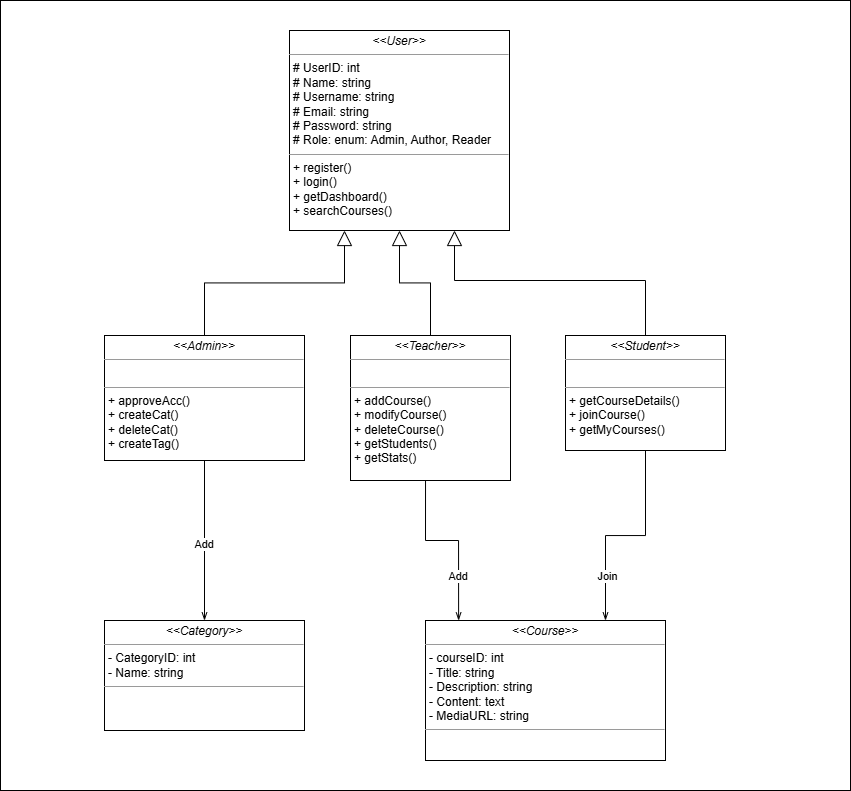
Earlier version of the draw.io export diagrams/Class.png (theshamkhi/Udemy). Source tidied: cells renumbered, new cells last; positions are measured from the earlier drawing's top-left corner, leaving out a move shared by most shapes.
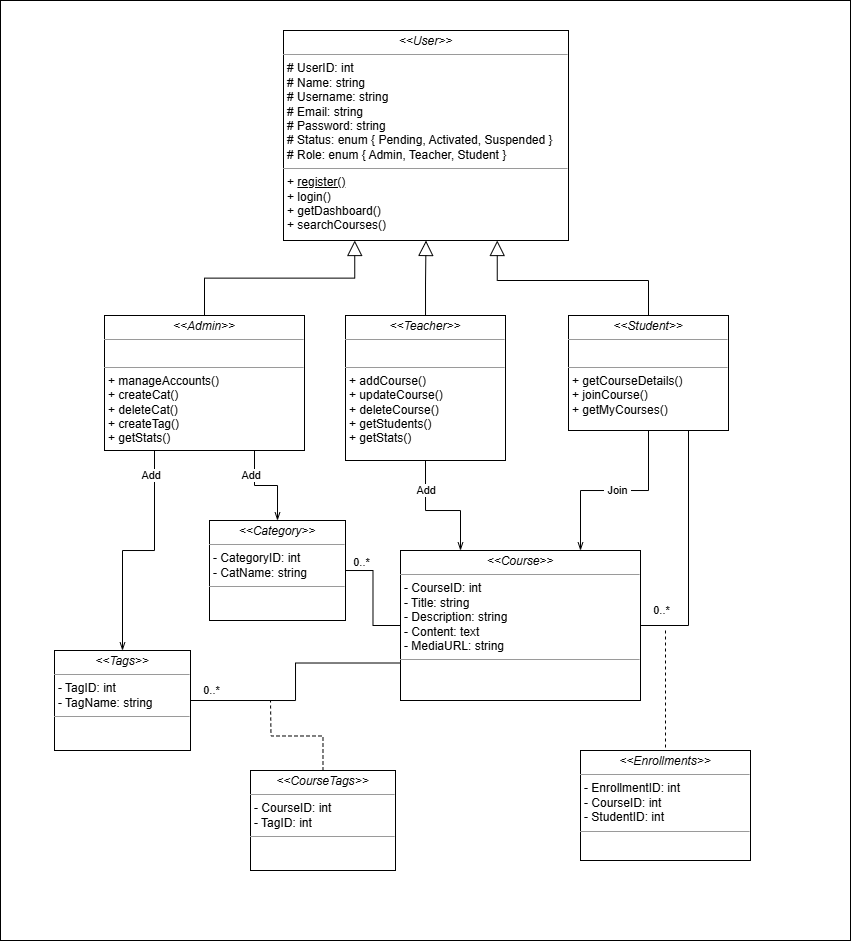
The same diagram one commit later.

Commit message:
Updated Class Diagram

Diff of the diagram source:
```diff
@@ -2,46 +2,62 @@
   <root>
     <mxCell id="0" />
     <mxCell id="1" parent="0" />
-    <mxCell id="2" value="&amp;amp;" style="rounded=0;whiteSpace=wrap;html=1;" parent="1" vertex="1">
-      <mxGeometry width="850" height="790" as="geometry" />
+    <mxCell id="2" style="rounded=0;whiteSpace=wrap;html=1;" parent="1" vertex="1">
+      <mxGeometry width="850" height="940" as="geometry" />
     </mxCell>
-    <mxCell id="3" style="edgeStyle=orthogonalEdgeStyle;rounded=0;jettySize=auto;html=1;endArrow=openThin;endFill=0;" parent="1" edge="1" source="5" target="10">
+    <mxCell id="3" style="edgeStyle=orthogonalEdgeStyle;rounded=0;jettySize=auto;html=1;exitX=0.75;exitY=1;exitDx=0;exitDy=0;entryX=0.5;entryY=0;entryDx=0;entryDy=0;endArrow=openThin;endFill=0;" parent="1" edge="1" source="5" target="10">
       <mxGeometry relative="1" as="geometry" />
     </mxCell>
-    <mxCell id="4" value="&amp;nbsp;Add&amp;nbsp;" style="edgeLabel;html=1;align=center;verticalAlign=middle;" parent="3" vertex="1">
-      <mxGeometry x="0.04" y="-1" relative="1" as="geometry" />
-    </mxCell>
+    <mxCell id="18" style="edgeStyle=orthogonalEdgeStyle;rounded=0;jettySize=auto;html=1;exitX=0.25;exitY=1;exitDx=0;exitDy=0;endArrow=openThin;endFill=0;" parent="1" edge="1" source="5" target="25">
+      <mxGeometry relative="1" as="geometry" />
+    </mxCell>
-    <mxCell id="5" value="&lt;p style=&quot;margin:0px;margin-top:4px;text-align:center;&quot;&gt;&lt;i&gt;&amp;lt;&amp;lt;Admin&amp;gt;&amp;gt;&lt;/i&gt;&lt;br&gt;&lt;/p&gt;&lt;hr size=&quot;1&quot;&gt;&lt;p style=&quot;margin: 0px 0px 0px 4px;&quot;&gt;&lt;br&gt;&lt;/p&gt;&lt;hr size=&quot;1&quot;&gt;&lt;p style=&quot;margin:0px;margin-left:4px;&quot;&gt;&lt;span style=&quot;background-color: transparent; color: light-dark(rgb(0, 0, 0), rgb(255, 255, 255));&quot;&gt;+ approveAcc()&lt;/span&gt;&lt;/p&gt;&lt;p style=&quot;margin:0px;margin-left:4px;&quot;&gt;&lt;span style=&quot;background-color: transparent; color: light-dark(rgb(0, 0, 0), rgb(255, 255, 255));&quot;&gt;+ createCat()&lt;/span&gt;&lt;/p&gt;&lt;p style=&quot;margin:0px;margin-left:4px;&quot;&gt;+ deleteCat()&lt;/p&gt;&lt;p style=&quot;margin:0px;margin-left:4px;&quot;&gt;+ createTag()&lt;/p&gt;" style="verticalAlign=top;align=left;overflow=fill;fontSize=12;fontFamily=Helvetica;html=1;rounded=0;shadow=0;comic=0;labelBackgroundColor=none;strokeWidth=1;" parent="1" vertex="1">
-      <mxGeometry x="104" y="335" width="200" height="125" as="geometry" />
+    <mxCell id="5" value="&lt;p style=&quot;margin:0px;margin-top:4px;text-align:center;&quot;&gt;&lt;i&gt;&amp;lt;&amp;lt;Admin&amp;gt;&amp;gt;&lt;/i&gt;&lt;br&gt;&lt;/p&gt;&lt;hr size=&quot;1&quot;&gt;&lt;p style=&quot;margin: 0px 0px 0px 4px;&quot;&gt;&lt;br&gt;&lt;/p&gt;&lt;hr size=&quot;1&quot;&gt;&lt;p style=&quot;margin:0px;margin-left:4px;&quot;&gt;&lt;span style=&quot;background-color: transparent; color: light-dark(rgb(0, 0, 0), rgb(255, 255, 255));&quot;&gt;+ manageAccounts()&lt;/span&gt;&lt;/p&gt;&lt;p style=&quot;margin:0px;margin-left:4px;&quot;&gt;&lt;span style=&quot;background-color: transparent; color: light-dark(rgb(0, 0, 0), rgb(255, 255, 255));&quot;&gt;+ createCat()&lt;/span&gt;&lt;/p&gt;&lt;p style=&quot;margin:0px;margin-left:4px;&quot;&gt;+ deleteCat()&lt;/p&gt;&lt;p style=&quot;margin:0px;margin-left:4px;&quot;&gt;+ createTag()&lt;/p&gt;&lt;p style=&quot;margin:0px;margin-left:4px;&quot;&gt;+ getStats()&lt;/p&gt;" style="verticalAlign=top;align=left;overflow=fill;fontSize=12;fontFamily=Helvetica;html=1;rounded=0;shadow=0;comic=0;labelBackgroundColor=none;strokeWidth=1;" parent="1" vertex="1">
+      <mxGeometry x="104" y="315" width="200" height="135" as="geometry" />
     </mxCell>
-    <mxCell id="6" style="edgeStyle=orthogonalEdgeStyle;rounded=0;orthogonalLoop=1;jettySize=auto;html=1;endArrow=openThin;endFill=0;entryX=0.25;entryY=0;entryDx=0;entryDy=0;exitX=0.637;exitY=0.995;exitDx=0;exitDy=0;exitPerimeter=0;" parent="1" edge="1">
+    <mxCell id="6" style="edgeStyle=orthogonalEdgeStyle;rounded=0;jettySize=auto;html=1;endArrow=openThin;endFill=0;exitX=0.5;exitY=1;exitDx=0;exitDy=0;entryX=0.25;entryY=0;entryDx=0;entryDy=0;" parent="1" edge="1" source="7" target="11">
       <mxGeometry relative="1" as="geometry">
-        <mxPoint x="425" y="479.3" as="sourcePoint" />
-        <mxPoint x="458.1" y="620" as="targetPoint" />
         <Array as="points">
-          <mxPoint x="425.1" y="540" />
-          <mxPoint x="458.1" y="540" />
+          <mxPoint x="425" y="510" />
+          <mxPoint x="460" y="510" />
         </Array>
       </mxGeometry>
     </mxCell>
+    <mxCell id="12" style="edgeStyle=orthogonalEdgeStyle;rounded=0;jettySize=auto;html=1;endArrow=block;endFill=0;endSize=13;" parent="1" edge="1" source="7" target="9">
+      <mxGeometry relative="1" as="geometry" />
+    </mxCell>
-    <mxCell id="7" value="&lt;p style=&quot;margin:0px;margin-top:4px;text-align:center;&quot;&gt;&lt;i&gt;&amp;lt;&amp;lt;Teacher&amp;gt;&amp;gt;&lt;/i&gt;&lt;br&gt;&lt;/p&gt;&lt;hr size=&quot;1&quot;&gt;&lt;p style=&quot;margin:0px;margin-left:4px;&quot;&gt;&lt;br&gt;&lt;/p&gt;&lt;hr size=&quot;1&quot;&gt;&lt;p style=&quot;margin:0px;margin-left:4px;&quot;&gt;+ addCourse()&lt;/p&gt;&lt;p style=&quot;margin:0px;margin-left:4px;&quot;&gt;+ modifyCourse()&lt;/p&gt;&lt;p style=&quot;margin:0px;margin-left:4px;&quot;&gt;+ deleteCourse()&lt;/p&gt;&lt;p style=&quot;margin:0px;margin-left:4px;&quot;&gt;+ getStudents()&lt;/p&gt;&lt;p style=&quot;margin:0px;margin-left:4px;&quot;&gt;+ getStats()&lt;/p&gt;" style="verticalAlign=top;align=left;overflow=fill;fontSize=12;fontFamily=Helvetica;html=1;rounded=0;shadow=0;comic=0;labelBackgroundColor=none;strokeWidth=1;" parent="1" vertex="1">
-      <mxGeometry x="350" y="335" width="160" height="145" as="geometry" />
+    <mxCell id="7" value="&lt;p style=&quot;margin:0px;margin-top:4px;text-align:center;&quot;&gt;&lt;i&gt;&amp;lt;&amp;lt;Teacher&amp;gt;&amp;gt;&lt;/i&gt;&lt;br&gt;&lt;/p&gt;&lt;hr size=&quot;1&quot;&gt;&lt;p style=&quot;margin:0px;margin-left:4px;&quot;&gt;&lt;br&gt;&lt;/p&gt;&lt;hr size=&quot;1&quot;&gt;&lt;p style=&quot;margin:0px;margin-left:4px;&quot;&gt;+ addCourse()&lt;/p&gt;&lt;p style=&quot;margin:0px;margin-left:4px;&quot;&gt;+ updateCourse()&lt;/p&gt;&lt;p style=&quot;margin:0px;margin-left:4px;&quot;&gt;+ deleteCourse()&lt;/p&gt;&lt;p style=&quot;margin:0px;margin-left:4px;&quot;&gt;+ getStudents()&lt;/p&gt;&lt;p style=&quot;margin:0px;margin-left:4px;&quot;&gt;+ getStats()&lt;/p&gt;" style="verticalAlign=top;align=left;overflow=fill;fontSize=12;fontFamily=Helvetica;html=1;rounded=0;shadow=0;comic=0;labelBackgroundColor=none;strokeWidth=1;" parent="1" vertex="1">
+      <mxGeometry x="345" y="315" width="160" height="145" as="geometry" />
     </mxCell>
     <mxCell id="8" value="&lt;p style=&quot;margin:0px;margin-top:4px;text-align:center;&quot;&gt;&lt;i&gt;&amp;lt;&amp;lt;Student&amp;gt;&amp;gt;&lt;/i&gt;&lt;br&gt;&lt;/p&gt;&lt;hr size=&quot;1&quot;&gt;&lt;p style=&quot;margin:0px;margin-left:4px;&quot;&gt;&lt;br&gt;&lt;/p&gt;&lt;hr size=&quot;1&quot;&gt;&lt;p style=&quot;margin:0px;margin-left:4px;&quot;&gt;+ getCourseDetails()&lt;/p&gt;&lt;p style=&quot;margin:0px;margin-left:4px;&quot;&gt;+ joinCourse()&lt;/p&gt;&lt;p style=&quot;margin:0px;margin-left:4px;&quot;&gt;+ getMyCourses()&lt;/p&gt;" style="verticalAlign=top;align=left;overflow=fill;fontSize=12;fontFamily=Helvetica;html=1;rounded=0;shadow=0;comic=0;labelBackgroundColor=none;strokeWidth=1;" parent="1" vertex="1">
-      <mxGeometry x="565" y="335" width="160" height="115" as="geometry" />
+      <mxGeometry x="568" y="315" width="160" height="115" as="geometry" />
     </mxCell>
-    <mxCell id="9" value="&lt;p style=&quot;margin:0px;margin-top:4px;text-align:center;&quot;&gt;&lt;i&gt;&amp;lt;&amp;lt;User&amp;gt;&amp;gt;&lt;/i&gt;&lt;br&gt;&lt;/p&gt;&lt;hr size=&quot;1&quot;&gt;&lt;p style=&quot;margin: 0px 0px 0px 4px;&quot;&gt;# UserID: int&lt;br&gt;# Name: string&lt;/p&gt;&lt;p style=&quot;margin: 0px 0px 0px 4px;&quot;&gt;# Username: string&lt;/p&gt;&lt;p style=&quot;margin: 0px 0px 0px 4px;&quot;&gt;# Email: string&lt;/p&gt;&lt;p style=&quot;margin: 0px 0px 0px 4px;&quot;&gt;# Password: string&lt;/p&gt;&lt;p style=&quot;margin: 0px 0px 0px 4px;&quot;&gt;# Role: enum: Admin, Author, Reader&lt;/p&gt;&lt;hr size=&quot;1&quot;&gt;&lt;p style=&quot;margin: 0px 0px 0px 4px;&quot;&gt;&lt;span style=&quot;background-color: transparent; color: light-dark(rgb(0, 0, 0), rgb(255, 255, 255));&quot;&gt;+ register()&lt;/span&gt;&lt;/p&gt;&lt;p style=&quot;margin: 0px 0px 0px 4px;&quot;&gt;&lt;span style=&quot;background-color: transparent; color: light-dark(rgb(0, 0, 0), rgb(255, 255, 255));&quot;&gt;+ login()&lt;/span&gt;&lt;/p&gt;&lt;p style=&quot;margin: 0px 0px 0px 4px;&quot;&gt;+&amp;nbsp;getDashboard()&lt;/p&gt;&lt;p style=&quot;margin: 0px 0px 0px 4px;&quot;&gt;+&amp;nbsp;searchCourses()&lt;/p&gt;&lt;div&gt;&lt;br&gt;&lt;/div&gt;" style="verticalAlign=top;align=left;overflow=fill;fontSize=12;fontFamily=Helvetica;html=1;rounded=0;shadow=0;comic=0;labelBackgroundColor=none;strokeWidth=1;" parent="1" vertex="1">
-      <mxGeometry x="289" y="30" width="220" height="200" as="geometry" />
+    <mxCell id="9" value="&lt;p style=&quot;margin:0px;margin-top:4px;text-align:center;&quot;&gt;&lt;i&gt;&amp;lt;&amp;lt;User&amp;gt;&amp;gt;&lt;/i&gt;&lt;br&gt;&lt;/p&gt;&lt;hr size=&quot;1&quot;&gt;&lt;p style=&quot;margin: 0px 0px 0px 4px;&quot;&gt;# UserID: int&lt;br&gt;# Name: string&lt;/p&gt;&lt;p style=&quot;margin: 0px 0px 0px 4px;&quot;&gt;# Username: string&lt;/p&gt;&lt;p style=&quot;margin: 0px 0px 0px 4px;&quot;&gt;# Email: string&lt;/p&gt;&lt;p style=&quot;margin: 0px 0px 0px 4px;&quot;&gt;# Password: string&lt;/p&gt;&lt;p style=&quot;margin: 0px 0px 0px 4px;&quot;&gt;# Status: enum { Pending, Activated, Suspended }&lt;/p&gt;&lt;p style=&quot;margin: 0px 0px 0px 4px;&quot;&gt;# Role:&amp;nbsp;&lt;span style=&quot;background-color: transparent; color: light-dark(rgb(0, 0, 0), rgb(255, 255, 255));&quot;&gt;enum { Admin, Teacher, Student }&lt;/span&gt;&lt;/p&gt;&lt;hr size=&quot;1&quot;&gt;&lt;p style=&quot;margin: 0px 0px 0px 4px;&quot;&gt;&lt;span style=&quot;background-color: transparent; color: light-dark(rgb(0, 0, 0), rgb(255, 255, 255));&quot;&gt;+ &lt;u&gt;register()&lt;/u&gt;&lt;/span&gt;&lt;/p&gt;&lt;p style=&quot;margin: 0px 0px 0px 4px;&quot;&gt;&lt;span style=&quot;background-color: transparent; color: light-dark(rgb(0, 0, 0), rgb(255, 255, 255));&quot;&gt;+ login()&lt;/span&gt;&lt;/p&gt;&lt;p style=&quot;margin: 0px 0px 0px 4px;&quot;&gt;+&amp;nbsp;getDashboard()&lt;/p&gt;&lt;p style=&quot;margin: 0px 0px 0px 4px;&quot;&gt;+&amp;nbsp;searchCourses()&lt;/p&gt;&lt;div&gt;&lt;br&gt;&lt;/div&gt;" style="verticalAlign=top;align=left;overflow=fill;fontSize=12;fontFamily=Helvetica;html=1;rounded=0;shadow=0;comic=0;labelBackgroundColor=none;strokeWidth=1;" parent="1" vertex="1">
+      <mxGeometry x="283" y="30" width="285" height="210" as="geometry" />
     </mxCell>
-    <mxCell id="10" value="&lt;p style=&quot;margin:0px;margin-top:4px;text-align:center;&quot;&gt;&lt;i&gt;&amp;lt;&amp;lt;&lt;/i&gt;&lt;i style=&quot;background-color: transparent; color: light-dark(rgb(0, 0, 0), rgb(255, 255, 255));&quot;&gt;Category&lt;/i&gt;&lt;i style=&quot;background-color: transparent; color: light-dark(rgb(0, 0, 0), rgb(255, 255, 255));&quot;&gt;&amp;gt;&amp;gt;&lt;/i&gt;&lt;/p&gt;&lt;hr size=&quot;1&quot;&gt;&lt;p style=&quot;margin:0px;margin-left:4px;&quot;&gt;- CategoryID: int&lt;br&gt;- Name: string&lt;/p&gt;&lt;hr size=&quot;1&quot;&gt;&lt;p style=&quot;margin:0px;margin-left:4px;&quot;&gt;&lt;br&gt;&lt;/p&gt;" style="verticalAlign=top;align=left;overflow=fill;fontSize=12;fontFamily=Helvetica;html=1;rounded=0;shadow=0;comic=0;labelBackgroundColor=none;strokeWidth=1;" parent="1" vertex="1">
-      <mxGeometry x="104" y="620" width="200" height="110" as="geometry" />
+    <mxCell id="10" value="&lt;p style=&quot;margin:0px;margin-top:4px;text-align:center;&quot;&gt;&lt;i&gt;&amp;lt;&amp;lt;&lt;/i&gt;&lt;i style=&quot;background-color: transparent; color: light-dark(rgb(0, 0, 0), rgb(255, 255, 255));&quot;&gt;Category&lt;/i&gt;&lt;i style=&quot;background-color: transparent; color: light-dark(rgb(0, 0, 0), rgb(255, 255, 255));&quot;&gt;&amp;gt;&amp;gt;&lt;/i&gt;&lt;/p&gt;&lt;hr size=&quot;1&quot;&gt;&lt;p style=&quot;margin:0px;margin-left:4px;&quot;&gt;- CategoryID: int&lt;br&gt;- CatName: string&lt;/p&gt;&lt;hr size=&quot;1&quot;&gt;&lt;p style=&quot;margin:0px;margin-left:4px;&quot;&gt;&lt;br&gt;&lt;/p&gt;" style="verticalAlign=top;align=left;overflow=fill;fontSize=12;fontFamily=Helvetica;html=1;rounded=0;shadow=0;comic=0;labelBackgroundColor=none;strokeWidth=1;" parent="1" vertex="1">
+      <mxGeometry x="209" y="520" width="136" height="100" as="geometry" />
     </mxCell>
+    <mxCell id="19" style="edgeStyle=orthogonalEdgeStyle;rounded=0;jettySize=auto;html=1;endArrow=none;endFill=0;" parent="1" edge="1" source="11" target="10">
+      <mxGeometry relative="1" as="geometry" />
+    </mxCell>
+    <mxCell id="20" value="0..*" style="edgeLabel;html=1;align=center;verticalAlign=middle;" parent="19" vertex="1">
+      <mxGeometry x="0.49" y="-1" relative="1" as="geometry">
+        <mxPoint x="-13" y="-9" as="offset" />
+      </mxGeometry>
+    </mxCell>
+    <mxCell id="21" value="0..*" style="edgeLabel;html=1;align=center;verticalAlign=middle;" parent="19" vertex="1">
+      <mxGeometry x="0.49" y="-1" relative="1" as="geometry">
+        <mxPoint x="-163" y="119" as="offset" />
+      </mxGeometry>
+    </mxCell>
+    <mxCell id="22" value="0..*" style="edgeLabel;html=1;align=center;verticalAlign=middle;" parent="19" vertex="1">
+      <mxGeometry x="0.49" y="-1" relative="1" as="geometry">
+        <mxPoint x="287" y="39" as="offset" />
+      </mxGeometry>
+    </mxCell>
-    <mxCell id="11" value="&lt;p style=&quot;margin:0px;margin-top:4px;text-align:center;&quot;&gt;&lt;i&gt;&amp;lt;&amp;lt;Course&lt;/i&gt;&lt;i style=&quot;background-color: transparent; color: light-dark(rgb(0, 0, 0), rgb(255, 255, 255));&quot;&gt;&amp;gt;&amp;gt;&lt;/i&gt;&lt;/p&gt;&lt;hr size=&quot;1&quot;&gt;&lt;p style=&quot;margin: 0px 0px 0px 4px;&quot;&gt;- courseID: int&lt;br&gt;- Title: string&lt;/p&gt;&lt;p style=&quot;margin: 0px 0px 0px 4px;&quot;&gt;- Description: string&lt;/p&gt;&lt;p style=&quot;margin: 0px 0px 0px 4px;&quot;&gt;- Content: text&lt;/p&gt;&lt;p style=&quot;margin: 0px 0px 0px 4px;&quot;&gt;- MediaURL: string&lt;/p&gt;&lt;hr size=&quot;1&quot;&gt;&lt;p style=&quot;margin:0px;margin-left:4px;&quot;&gt;&lt;br&gt;&lt;/p&gt;" style="verticalAlign=top;align=left;overflow=fill;fontSize=12;fontFamily=Helvetica;html=1;rounded=0;shadow=0;comic=0;labelBackgroundColor=none;strokeWidth=1;" parent="1" vertex="1">
-      <mxGeometry x="425" y="620" width="240" height="140" as="geometry" />
+    <mxCell id="11" value="&lt;p style=&quot;margin:0px;margin-top:4px;text-align:center;&quot;&gt;&lt;i&gt;&amp;lt;&amp;lt;Course&lt;/i&gt;&lt;i style=&quot;background-color: transparent; color: light-dark(rgb(0, 0, 0), rgb(255, 255, 255));&quot;&gt;&amp;gt;&amp;gt;&lt;/i&gt;&lt;/p&gt;&lt;hr size=&quot;1&quot;&gt;&lt;p style=&quot;margin: 0px 0px 0px 4px;&quot;&gt;- CourseID: int&lt;br&gt;- Title: string&lt;/p&gt;&lt;p style=&quot;margin: 0px 0px 0px 4px;&quot;&gt;- Description: string&lt;/p&gt;&lt;p style=&quot;margin: 0px 0px 0px 4px;&quot;&gt;- Content: text&lt;/p&gt;&lt;p style=&quot;margin: 0px 0px 0px 4px;&quot;&gt;- MediaURL: string&lt;/p&gt;&lt;hr size=&quot;1&quot;&gt;&lt;p style=&quot;margin:0px;margin-left:4px;&quot;&gt;&lt;br&gt;&lt;/p&gt;" style="verticalAlign=top;align=left;overflow=fill;fontSize=12;fontFamily=Helvetica;html=1;rounded=0;shadow=0;comic=0;labelBackgroundColor=none;strokeWidth=1;" parent="1" vertex="1">
+      <mxGeometry x="400" y="550" width="240" height="150" as="geometry" />
     </mxCell>
-    <mxCell id="12" style="edgeStyle=elbowEdgeStyle;elbow=vertical;endArrow=block;html=1;curved=0;rounded=0;endSize=13;startSize=8;exitX=0.5;exitY=0;exitDx=0;exitDy=0;entryX=0.5;entryY=1;entryDx=0;entryDy=0;endFill=0;" parent="1" edge="1" source="7" target="9">
-      <mxGeometry relative="1" as="geometry" />
-    </mxCell>
     <mxCell id="13" style="edgeStyle=elbowEdgeStyle;elbow=vertical;endArrow=block;html=1;curved=0;rounded=0;endSize=13;startSize=8;exitX=0.5;exitY=0;exitDx=0;exitDy=0;entryX=0.75;entryY=1;entryDx=0;entryDy=0;endFill=0;" parent="1" edge="1" source="8" target="9">
       <mxGeometry relative="1" as="geometry">
         <Array as="points">
@@ -54,16 +70,51 @@
     </mxCell>
     <mxCell id="15" value="&amp;nbsp;Join&amp;nbsp;" style="edgeLabel;html=1;align=center;verticalAlign=middle;" parent="14" vertex="1">
       <mxGeometry x="-0.22" y="-7" relative="1" as="geometry">
-        <mxPoint x="-32" y="43" as="offset" />
+        <mxPoint x="-18" y="7" as="offset" />
       </mxGeometry>
     </mxCell>
     <mxCell id="16" value="&amp;nbsp;Add&amp;nbsp;" style="edgeLabel;html=1;align=center;verticalAlign=middle;" parent="14" vertex="1">
       <mxGeometry x="-0.22" y="-6" relative="1" as="geometry">
-        <mxPoint x="-182" y="43" as="offset" />
+        <mxPoint x="-209" y="6" as="offset" />
       </mxGeometry>
     </mxCell>
+    <mxCell id="23" value="&amp;nbsp;Add&amp;nbsp;" style="edgeLabel;html=1;align=center;verticalAlign=middle;" parent="14" vertex="1">
+      <mxGeometry x="-0.22" y="-6" relative="1" as="geometry">
+        <mxPoint x="-484" y="-9" as="offset" />
+      </mxGeometry>
+    </mxCell>
+    <mxCell id="24" value="&amp;nbsp;Add&amp;nbsp;" style="edgeLabel;html=1;align=center;verticalAlign=middle;" parent="14" vertex="1">
+      <mxGeometry x="-0.22" y="-6" relative="1" as="geometry">
+        <mxPoint x="-384" y="-9" as="offset" />
+      </mxGeometry>
+    </mxCell>
     <mxCell id="17" style="edgeStyle=elbowEdgeStyle;elbow=vertical;endArrow=block;html=1;curved=0;rounded=0;endSize=13;startSize=8;exitX=0.5;exitY=0;exitDx=0;exitDy=0;entryX=0.25;entryY=1;entryDx=0;entryDy=0;endFill=0;" parent="1" edge="1" source="5" target="9">
       <mxGeometry relative="1" as="geometry" />
     </mxCell>
+    <mxCell id="25" value="&lt;p style=&quot;margin:0px;margin-top:4px;text-align:center;&quot;&gt;&lt;i&gt;&amp;lt;&amp;lt;Tags&lt;/i&gt;&lt;i style=&quot;background-color: transparent; color: light-dark(rgb(0, 0, 0), rgb(255, 255, 255));&quot;&gt;&amp;gt;&amp;gt;&lt;/i&gt;&lt;/p&gt;&lt;hr size=&quot;1&quot;&gt;&lt;p style=&quot;margin:0px;margin-left:4px;&quot;&gt;- TagID: int&lt;br&gt;- TagName: string&lt;/p&gt;&lt;hr size=&quot;1&quot;&gt;&lt;p style=&quot;margin:0px;margin-left:4px;&quot;&gt;&lt;br&gt;&lt;/p&gt;" style="verticalAlign=top;align=left;overflow=fill;fontSize=12;fontFamily=Helvetica;html=1;rounded=0;shadow=0;comic=0;labelBackgroundColor=none;strokeWidth=1;" parent="1" vertex="1">
+      <mxGeometry x="54" y="650" width="136" height="100" as="geometry" />
+    </mxCell>
+    <mxCell id="26" style="edgeStyle=orthogonalEdgeStyle;rounded=0;jettySize=auto;html=1;dashed=1;endArrow=none;endFill=0;" parent="1" edge="1" source="27">
+      <mxGeometry relative="1" as="geometry">
+        <mxPoint x="270" y="700" as="targetPoint" />
+      </mxGeometry>
+    </mxCell>
+    <mxCell id="27" value="&lt;p style=&quot;margin:0px;margin-top:4px;text-align:center;&quot;&gt;&lt;i&gt;&amp;lt;&amp;lt;CourseTags&lt;/i&gt;&lt;i style=&quot;background-color: transparent; color: light-dark(rgb(0, 0, 0), rgb(255, 255, 255));&quot;&gt;&amp;gt;&amp;gt;&lt;/i&gt;&lt;/p&gt;&lt;hr size=&quot;1&quot;&gt;&lt;p style=&quot;margin:0px;margin-left:4px;&quot;&gt;- CourseID: int&lt;br&gt;- TagID: int&lt;/p&gt;&lt;hr size=&quot;1&quot;&gt;&lt;p style=&quot;margin:0px;margin-left:4px;&quot;&gt;&lt;br&gt;&lt;/p&gt;" style="verticalAlign=top;align=left;overflow=fill;fontSize=12;fontFamily=Helvetica;html=1;rounded=0;shadow=0;comic=0;labelBackgroundColor=none;strokeWidth=1;" parent="1" vertex="1">
+      <mxGeometry x="250" y="770" width="145" height="100" as="geometry" />
+    </mxCell>
+    <mxCell id="28" value="&lt;p style=&quot;margin:0px;margin-top:4px;text-align:center;&quot;&gt;&lt;i&gt;&amp;lt;&amp;lt;Enrollments&lt;/i&gt;&lt;i style=&quot;background-color: transparent; color: light-dark(rgb(0, 0, 0), rgb(255, 255, 255));&quot;&gt;&amp;gt;&amp;gt;&lt;/i&gt;&lt;/p&gt;&lt;hr size=&quot;1&quot;&gt;&lt;p style=&quot;margin: 0px 0px 0px 4px;&quot;&gt;- EnrollmentID: int&lt;/p&gt;&lt;p style=&quot;margin: 0px 0px 0px 4px;&quot;&gt;- CourseID: int&lt;/p&gt;&lt;p style=&quot;margin: 0px 0px 0px 4px;&quot;&gt;- StudentID: int&lt;br&gt;&lt;/p&gt;&lt;hr size=&quot;1&quot;&gt;&lt;p style=&quot;margin:0px;margin-left:4px;&quot;&gt;&lt;br&gt;&lt;/p&gt;" style="verticalAlign=top;align=left;overflow=fill;fontSize=12;fontFamily=Helvetica;html=1;rounded=0;shadow=0;comic=0;labelBackgroundColor=none;strokeWidth=1;" parent="1" vertex="1">
+      <mxGeometry x="580" y="750" width="170" height="110" as="geometry" />
+    </mxCell>
+    <mxCell id="29" style="endArrow=none;html=1;rounded=0;exitX=1;exitY=0.5;exitDx=0;exitDy=0;entryX=0;entryY=0.75;entryDx=0;entryDy=0;edgeStyle=orthogonalEdgeStyle;" parent="1" edge="1" source="25" target="11">
+      <mxGeometry relative="1" as="geometry" />
+    </mxCell>
+    <mxCell id="30" style="endArrow=none;html=1;rounded=0;entryX=0.75;entryY=1;entryDx=0;entryDy=0;exitX=1;exitY=0.5;exitDx=0;exitDy=0;edgeStyle=orthogonalEdgeStyle;" parent="1" edge="1" source="11" target="8">
+      <mxGeometry relative="1" as="geometry" />
+    </mxCell>
+    <mxCell id="31" style="endArrow=none;html=1;rounded=0;entryX=0.5;entryY=0;entryDx=0;entryDy=0;dashed=1;" parent="1" edge="1" target="28">
+      <mxGeometry relative="1" as="geometry">
+        <mxPoint x="665" y="630" as="sourcePoint" />
+      </mxGeometry>
+    </mxCell>
   </root>
 </mxGraphModel>
```
